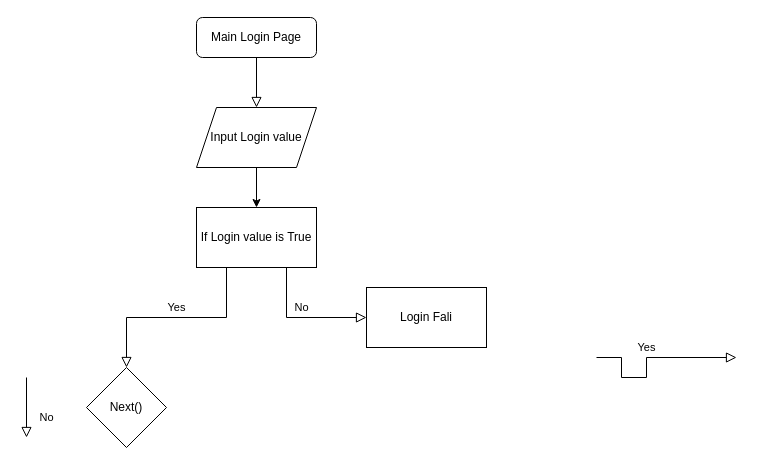
Above: page "Page-1" (1 of 6) of Untitled Diagram.drawio in K1mJongSeong/RecipeApp (draw.io), before the change. Source tidied: cells renumbered, new cells numbered last; positions are measured from the earlier drawing's top-left corner, leaving out a move shared by most shapes. Both pictures are drawn from the tidied source at 100%, with x=0, y=0 at pixel (26, 17).
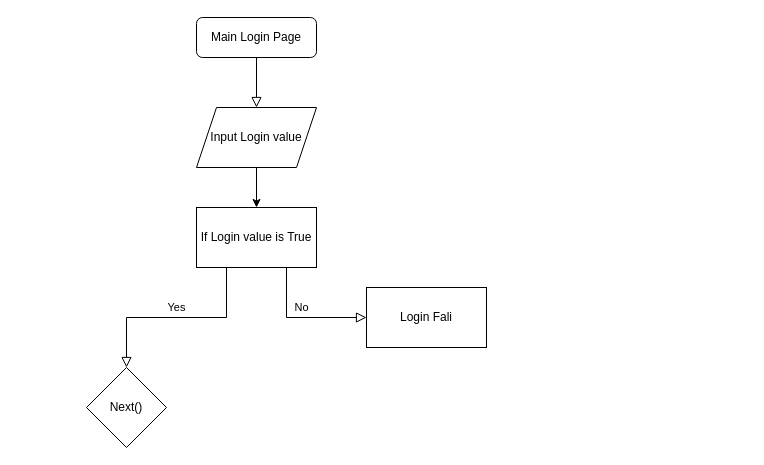
The same page after the edit.

The edit, as a diff of the source:
```diff
@@
 <mxGraphModel>
   <root>
     <mxCell id="0" />
     <mxCell id="1" parent="0" />
     <mxCell id="2" style="rounded=0;html=1;jettySize=auto;fontSize=11;endArrow=block;endFill=0;endSize=8;strokeWidth=1;shadow=0;labelBackgroundColor=none;edgeStyle=orthogonalEdgeStyle;entryX=0.5;entryY=0;entryDx=0;entryDy=0;" parent="1" edge="1" source="3" target="8">
       <mxGeometry relative="1" as="geometry" />
     </mxCell>
     <mxCell id="3" value="Main Login Page" style="rounded=1;whiteSpace=wrap;html=1;fontSize=12;glass=0;strokeWidth=1;shadow=0;" parent="1" vertex="1">
       <mxGeometry x="170" width="120" height="40" as="geometry" />
     </mxCell>
     <mxCell id="4" value="No" style="edgeStyle=orthogonalEdgeStyle;rounded=0;html=1;jettySize=auto;fontSize=11;endArrow=block;endFill=0;endSize=8;strokeWidth=1;shadow=0;labelBackgroundColor=none;exitX=0.75;exitY=1;exitDx=0;exitDy=0;" parent="1" edge="1" source="10" target="11">
       <mxGeometry y="10" relative="1" as="geometry">
         <Array as="points">
           <mxPoint x="260" y="300" />
         </Array>
       </mxGeometry>
     </mxCell>
-    <mxCell id="5" value="No" style="rounded=0;html=1;jettySize=auto;orthogonalLoop=1;fontSize=11;endArrow=block;endFill=0;endSize=8;strokeWidth=1;shadow=0;labelBackgroundColor=none;edgeStyle=orthogonalEdgeStyle;" parent="1" edge="1">
-      <mxGeometry x="0.33" y="20" relative="1" as="geometry">
-        <mxPoint y="360" as="sourcePoint" />
-        <mxPoint y="420" as="targetPoint" />
-      </mxGeometry>
-    </mxCell>
     <mxCell id="6" value="Yes" style="edgeStyle=orthogonalEdgeStyle;rounded=0;html=1;jettySize=auto;fontSize=11;endArrow=block;endFill=0;endSize=8;strokeWidth=1;shadow=0;labelBackgroundColor=none;exitX=0.25;exitY=1;exitDx=0;exitDy=0;" parent="1" edge="1" source="10">
       <mxGeometry y="-10" relative="1" as="geometry">
         <mxPoint x="100" y="350" as="targetPoint" />
         <Array as="points">
           <mxPoint x="200" y="300" />
         </Array>
       </mxGeometry>
     </mxCell>
     <mxCell id="7" style="edgeStyle=orthogonalEdgeStyle;rounded=0;jettySize=auto;html=1;" parent="1" edge="1" source="8" target="10">
       <mxGeometry relative="1" as="geometry" />
     </mxCell>
     <mxCell id="8" value="Input Login value" style="shape=parallelogram;perimeter=parallelogramPerimeter;whiteSpace=wrap;html=1;fixedSize=1;" parent="1" vertex="1">
       <mxGeometry x="170" y="90" width="120" height="60" as="geometry" />
     </mxCell>
-    <mxCell id="9" value="Yes" style="edgeStyle=orthogonalEdgeStyle;rounded=0;html=1;jettySize=auto;orthogonalLoop=1;fontSize=11;endArrow=block;endFill=0;endSize=8;strokeWidth=1;shadow=0;labelBackgroundColor=none;" parent="1" edge="1">
-      <mxGeometry y="10" relative="1" as="geometry">
-        <mxPoint x="570" y="340" as="sourcePoint" />
-        <mxPoint x="710" y="340" as="targetPoint" />
-        <Array as="points">
-          <mxPoint x="595" y="340" />
-          <mxPoint x="595" y="360" />
-          <mxPoint x="620" y="360" />
-        </Array>
-      </mxGeometry>
-    </mxCell>
     <mxCell id="10" value="If Login value is True" style="rounded=0;whiteSpace=wrap;html=1;" parent="1" vertex="1">
       <mxGeometry x="170" y="190" width="120" height="60" as="geometry" />
     </mxCell>
     <mxCell id="11" value="Login Fali" style="rounded=0;whiteSpace=wrap;html=1;" parent="1" vertex="1">
       <mxGeometry x="340" y="270" width="120" height="60" as="geometry" />
     </mxCell>
     <mxCell id="12" value="Next()" style="rhombus;whiteSpace=wrap;html=1;" parent="1" vertex="1">
       <mxGeometry x="60" y="350" width="80" height="80" as="geometry" />
     </mxCell>
   </root>
 </mxGraphModel>
```
